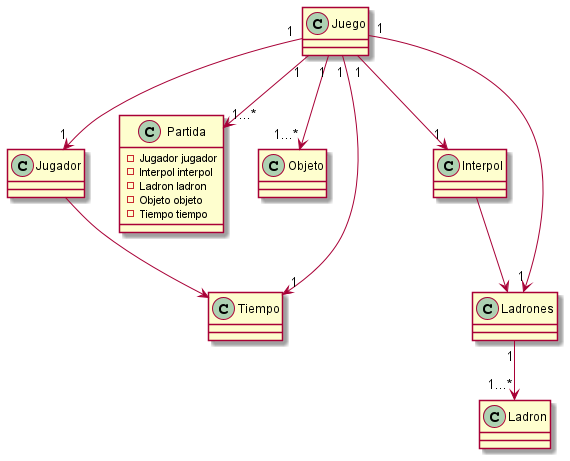
The PlantUML diagram diagrams/classes/Entrega2/claseJuego.png in alexguttlein/TP2-CarmenSandiego, before a commit.
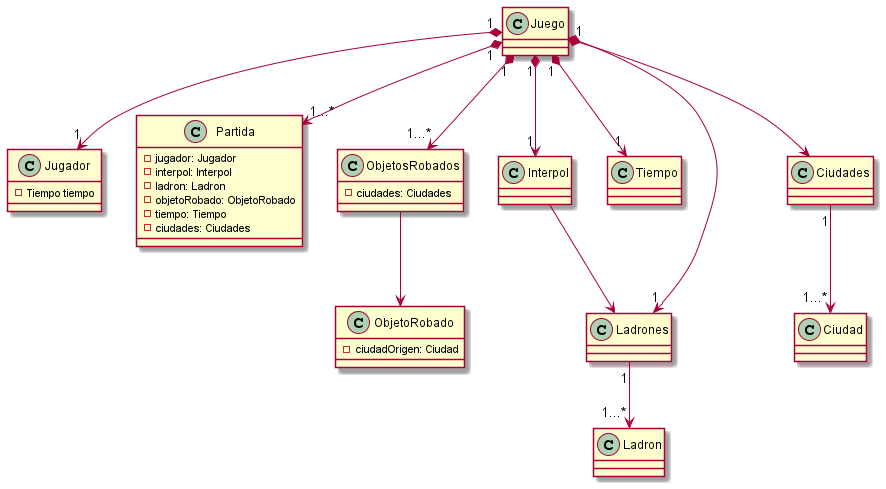
After the change.

What changed in the source:
```diff
@@ -2,31 +2,46 @@
 
 class Juego{}
 
-class Jugador{}
-
-class Partida{
-    - Jugador jugador
-    - Interpol interpol
-    - Ladron ladron
-    - Objeto objeto
+class Jugador{
     - Tiempo tiempo
 }
 
-class Objeto{}
+class Partida{
+    - jugador: Jugador
+    - interpol: Interpol
+    - ladron: Ladron
+    - objetoRobado: ObjetoRobado
+    - tiempo: Tiempo
+    - ciudades: Ciudades
+}
+
+class ObjetosRobados{
+    - ciudades: Ciudades
+}
+
+class ObjetoRobado{
+    - ciudadOrigen: Ciudad
+}
 
 class Interpol{}
 
 class Tiempo{}
 
-Juego "1"-->"1" Jugador
-Juego "1"-->"1" Tiempo
-Juego "1"-->"1...*" Partida
-Juego "1"-->"1" Interpol
-Juego "1"-->"1...*" Objeto
-Juego "1"-->"1" Ladrones
+class Ciudades{}
 
-Jugador --> Tiempo
+class Ciudad{}
+
+Juego "1"*-->"1" Jugador
+Juego "1"*-->"1" Tiempo
+Juego "1"*-->"1...*" Partida
+Juego "1"*-->"1" Interpol
+Juego "1"*-->"1...*" ObjetosRobados
+Juego "1"*-->"1" Ladrones
+Juego *--> Ciudades
+
 Interpol --> Ladrones
 Ladrones "1"-->"1...*" Ladron
+Ciudades "1"-->"1...*" Ciudad
+ObjetosRobados --> ObjetoRobado
 
 @enduml
```
